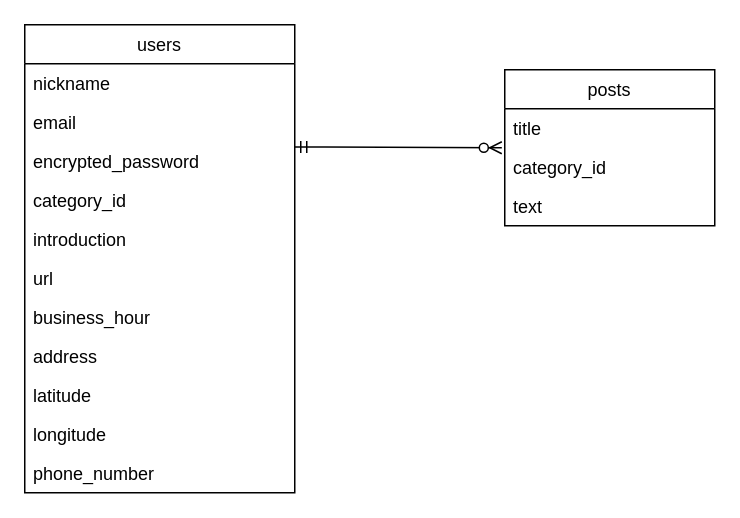
mr0216/coedo keeps this draw.io diagram as coedo.dio. Above is the earlier version. Source tidied: cells renumbered, new cells numbered last; positions are measured from the earlier drawing's top-left corner, leaving out a move shared by most shapes. Both pictures are drawn from the tidied source at 150%, with x=0, y=0 at pixel (24, 24).
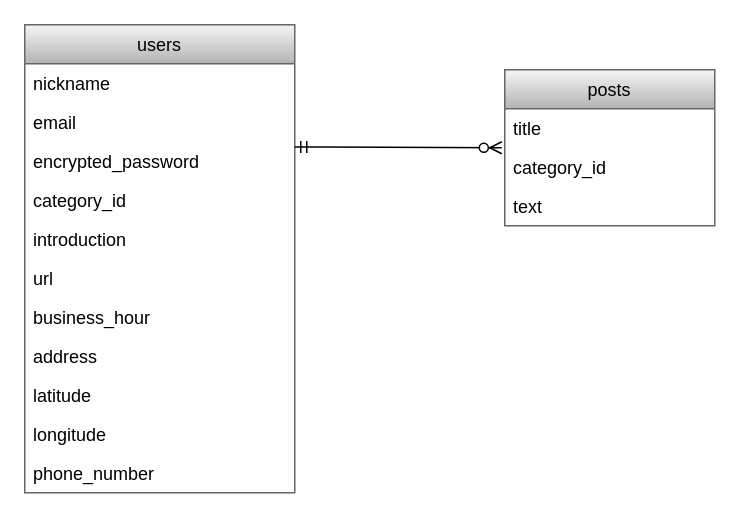
The same page after the edit.

The edit, as a diff of the source:
```diff
@@
-    <mxCell id="2" value="users" style="swimlane;fontStyle=0;horizontal=1;startSize=26;fillColor=none;" parent="1" vertex="1">
+    <mxCell id="2" value="users" style="swimlane;fontStyle=0;horizontal=1;startSize=26;gradientColor=#b3b3b3;fillColor=#f5f5f5;strokeColor=#666666;" parent="1" vertex="1">
       <mxGeometry width="180" height="312" as="geometry" />
     </mxCell>
@@
-    <mxCell id="14" value="posts" style="swimlane;fontStyle=0;horizontal=1;startSize=26;fillColor=none;" parent="1" vertex="1">
+    <mxCell id="14" value="posts" style="swimlane;fontStyle=0;horizontal=1;startSize=26;gradientColor=#b3b3b3;fillColor=#f5f5f5;strokeColor=#666666;" parent="1" vertex="1">
       <mxGeometry x="320" y="30" width="140" height="104" as="geometry" />
     </mxCell>
```
